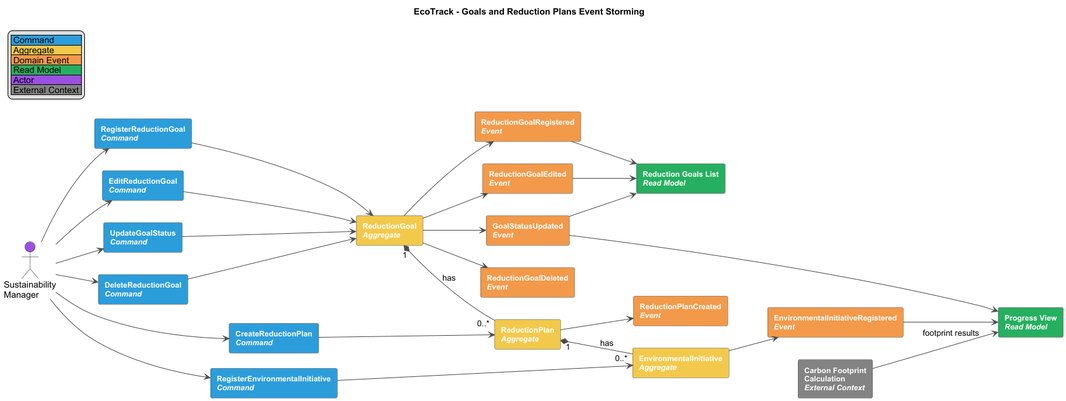
The PlantUML diagram docs/diagrams/event-storming/ecotrack-event-storming-goals-and-reduction-plans.png in Horizon-OpenSource/report, before a commit. Source of this version:
```plantuml
@startuml
title EcoTrack - Goals and Reduction Plans Event Storming
left to right direction
skinparam packageStyle rectangle
skinparam shadowing false
skinparam defaultFontName Arial
skinparam rectangle {
  BorderColor #4A4A4A
  FontColor #FFFFFF
  FontStyle bold
  FontSize 12
}
skinparam ArrowColor #4A4A4A

legend top left
  |<#2D9CDB> Command |
  |<#F2C94C> Aggregate |
  |<#F2994A> Domain Event |
  |<#27AE60> Read Model |
  |<#9B51E0> Actor |
  |<#828282> External Context |
endlegend

actor "Sustainability\nManager" as Manager #9B51E0
rectangle "Carbon Footprint\nCalculation\n<i>External Context</i>" as Footprint #828282

rectangle "RegisterReductionGoal\n<i>Command</i>" as CmdGoal #2D9CDB
rectangle "ReductionGoal\n<i>Aggregate</i>" as AggGoal #F2C94C
rectangle "ReductionGoalRegistered\n<i>Event</i>" as EvtGoal #F2994A

rectangle "EditReductionGoal\n<i>Command</i>" as CmdEdit #2D9CDB
rectangle "ReductionGoalEdited\n<i>Event</i>" as EvtEdit #F2994A

rectangle "UpdateGoalStatus\n<i>Command</i>" as CmdStatus #2D9CDB
rectangle "GoalStatusUpdated\n<i>Event</i>" as EvtStatus #F2994A

rectangle "DeleteReductionGoal\n<i>Command</i>" as CmdDelGoal #2D9CDB
rectangle "ReductionGoalDeleted\n<i>Event</i>" as EvtDelGoal #F2994A

rectangle "CreateReductionPlan\n<i>Command</i>" as CmdPlan #2D9CDB
rectangle "ReductionPlan\n<i>Aggregate</i>" as AggPlan #F2C94C
rectangle "ReductionPlanCreated\n<i>Event</i>" as EvtPlan #F2994A

rectangle "RegisterEnvironmentalInitiative\n<i>Command</i>" as CmdInit #2D9CDB
rectangle "EnvironmentalInitiative\n<i>Aggregate</i>" as AggInit #F2C94C
rectangle "EnvironmentalInitiativeRegistered\n<i>Event</i>" as EvtInit #F2994A

rectangle "Reduction Goals List\n<i>Read Model</i>" as RmGoals #27AE60
rectangle "Progress View\n<i>Read Model</i>" as RmProgress #27AE60

Manager --> CmdGoal
CmdGoal --> AggGoal
AggGoal --> EvtGoal

Manager --> CmdEdit
CmdEdit --> AggGoal
AggGoal --> EvtEdit

Manager --> CmdStatus
CmdStatus --> AggGoal
AggGoal --> EvtStatus

Manager --> CmdDelGoal
CmdDelGoal --> AggGoal
AggGoal --> EvtDelGoal

Manager --> CmdPlan
CmdPlan --> AggPlan
AggGoal "1" *-- "0..*" AggPlan : has
AggPlan --> EvtPlan

Manager --> CmdInit
CmdInit --> AggInit
AggPlan "1" *-- "0..*" AggInit : has
AggInit --> EvtInit

EvtGoal --> RmGoals
EvtEdit --> RmGoals
EvtStatus --> RmGoals

Footprint --> RmProgress : footprint results
EvtStatus --> RmProgress
EvtInit --> RmProgress

@enduml
```
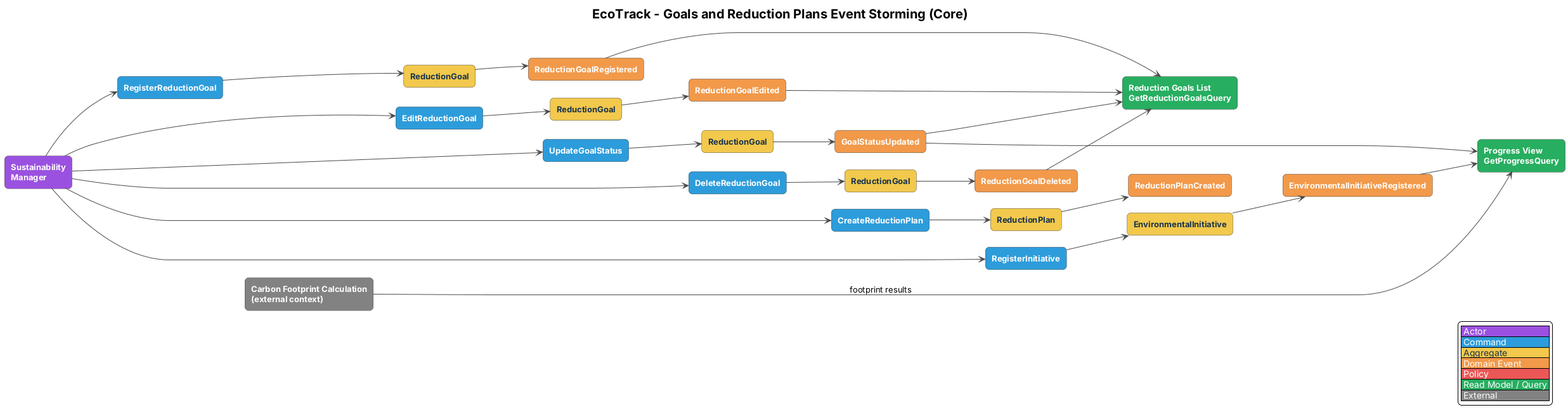
The same diagram one commit later.

Change to the diagram source:
```diff
@@ -1,85 +1,123 @@
 @startuml
-title EcoTrack - Goals and Reduction Plans Event Storming
 left to right direction
-skinparam packageStyle rectangle
 skinparam shadowing false
-skinparam defaultFontName Arial
-skinparam rectangle {
-  BorderColor #4A4A4A
-  FontColor #FFFFFF
-  FontStyle bold
-  FontSize 12
+skinparam defaultFontName Helvetica
+skinparam defaultFontSize 13
+skinparam backgroundColor white
+skinparam nodesep 25
+skinparam ranksep 70
+skinparam ArrowColor #4A4A4A
+skinparam RectangleBorderColor #555555
+skinparam RectangleFontStyle bold
+skinparam roundCorner 12
+skinparam rectangle<<ext>> {
+  BackgroundColor #828282
+  FontColor white
 }
-skinparam ArrowColor #4A4A4A
+skinparam rectangle<<rm>> {
+  BackgroundColor #27AE60
+  FontColor white
+}
+skinparam rectangle<<pol>> {
+  BackgroundColor #EB5757
+  FontColor white
+}
+skinparam rectangle<<evt>> {
+  BackgroundColor #F2994A
+  FontColor white
+}
+skinparam rectangle<<agg>> {
+  BackgroundColor #F2C94C
+  FontColor #17324D
+}
+skinparam rectangle<<cmd>> {
+  BackgroundColor #2D9CDB
+  FontColor white
+}
+skinparam rectangle<<actor>> {
+  BackgroundColor #9B51E0
+  FontColor white
+}
+skinparam titleFontSize 20
+hide stereotype
+title EcoTrack - Goals and Reduction Plans Event Storming (Core)
 
-legend top left
-  |<#2D9CDB> Command |
-  |<#F2C94C> Aggregate |
-  |<#F2994A> Domain Event |
-  |<#27AE60> Read Model |
-  |<#9B51E0> Actor |
-  |<#828282> External Context |
+rectangle "Sustainability\nManager" as a <<actor>>
+rectangle "Carbon Footprint Calculation\n(external context)" as x <<ext>>
+rectangle "RegisterReductionGoal" as c1 <<cmd>>
+rectangle "EditReductionGoal" as c2 <<cmd>>
+rectangle "UpdateGoalStatus" as c3 <<cmd>>
+rectangle "DeleteReductionGoal" as c4 <<cmd>>
+rectangle "CreateReductionPlan" as c5 <<cmd>>
+rectangle "RegisterInitiative" as c6 <<cmd>>
+rectangle "ReductionGoal" as g1 <<agg>>
+rectangle "ReductionGoal" as g2 <<agg>>
+rectangle "ReductionGoal" as g3 <<agg>>
+rectangle "ReductionGoal" as g4 <<agg>>
+rectangle "ReductionPlan" as g5 <<agg>>
+rectangle "EnvironmentalInitiative" as g6 <<agg>>
+rectangle "ReductionGoalRegistered" as e1 <<evt>>
+rectangle "ReductionGoalEdited" as e2 <<evt>>
+rectangle "GoalStatusUpdated" as e3 <<evt>>
+rectangle "ReductionGoalDeleted" as e4 <<evt>>
+rectangle "ReductionPlanCreated" as e5 <<evt>>
+rectangle "EnvironmentalInitiativeRegistered" as e6 <<evt>>
+rectangle "Reduction Goals List\nGetReductionGoalsQuery" as r1 <<rm>>
+rectangle "Progress View\nGetProgressQuery" as r2 <<rm>>
+
+a --> c1
+a --> c2
+a --> c3
+a --> c4
+a --> c5
+a --> c6
+c1 --> g1
+c2 --> g2
+c3 --> g3
+c4 --> g4
+c5 --> g5
+c6 --> g6
+g1 --> e1
+g2 --> e2
+g3 --> e3
+g4 --> e4
+g5 --> e5
+g6 --> e6
+e1 --> r1
+e2 --> r1
+e3 --> r1
+e4 --> r1
+e3 --> r2
+e6 --> r2
+x --> r2 : footprint results
+a -[hidden]down-> x
+c1 -[hidden]down-> c2
+c2 -[hidden]down-> c3
+c3 -[hidden]down-> c4
+c4 -[hidden]down-> c5
+c5 -[hidden]down-> c6
+g1 -[hidden]down-> g2
+g2 -[hidden]down-> g3
+g3 -[hidden]down-> g4
+g4 -[hidden]down-> g5
+g5 -[hidden]down-> g6
+e1 -[hidden]down-> e2
+e2 -[hidden]down-> e3
+e3 -[hidden]down-> e4
+e4 -[hidden]down-> e5
+e5 -[hidden]down-> e6
+r1 -[hidden]down-> r2
+a -[hidden]right-> c1
+c1 -[hidden]right-> g1
+g1 -[hidden]right-> e1
+e1 -[hidden]right-> r1
+legend right
+  |<#9B51E0><color:white> Actor </color>|
+  |<#2D9CDB><color:white> Command </color>|
+  |<#F2C94C><color:#17324D> Aggregate </color>|
+  |<#F2994A><color:white> Domain Event </color>|
+  |<#EB5757><color:white> Policy </color>|
+  |<#27AE60><color:white> Read Model / Query </color>|
+  |<#828282><color:white> External </color>|
 endlegend
-
-actor "Sustainability\nManager" as Manager #9B51E0
-rectangle "Carbon Footprint\nCalculation\n<i>External Context</i>" as Footprint #828282
-
-rectangle "RegisterReductionGoal\n<i>Command</i>" as CmdGoal #2D9CDB
-rectangle "ReductionGoal\n<i>Aggregate</i>" as AggGoal #F2C94C
-rectangle "ReductionGoalRegistered\n<i>Event</i>" as EvtGoal #F2994A
-
-rectangle "EditReductionGoal\n<i>Command</i>" as CmdEdit #2D9CDB
-rectangle "ReductionGoalEdited\n<i>Event</i>" as EvtEdit #F2994A
-
-rectangle "UpdateGoalStatus\n<i>Command</i>" as CmdStatus #2D9CDB
-rectangle "GoalStatusUpdated\n<i>Event</i>" as EvtStatus #F2994A
-
-rectangle "DeleteReductionGoal\n<i>Command</i>" as CmdDelGoal #2D9CDB
-rectangle "ReductionGoalDeleted\n<i>Event</i>" as EvtDelGoal #F2994A
-
-rectangle "CreateReductionPlan\n<i>Command</i>" as CmdPlan #2D9CDB
-rectangle "ReductionPlan\n<i>Aggregate</i>" as AggPlan #F2C94C
-rectangle "ReductionPlanCreated\n<i>Event</i>" as EvtPlan #F2994A
-
-rectangle "RegisterEnvironmentalInitiative\n<i>Command</i>" as CmdInit #2D9CDB
-rectangle "EnvironmentalInitiative\n<i>Aggregate</i>" as AggInit #F2C94C
-rectangle "EnvironmentalInitiativeRegistered\n<i>Event</i>" as EvtInit #F2994A
-
-rectangle "Reduction Goals List\n<i>Read Model</i>" as RmGoals #27AE60
-rectangle "Progress View\n<i>Read Model</i>" as RmProgress #27AE60
-
-Manager --> CmdGoal
-CmdGoal --> AggGoal
-AggGoal --> EvtGoal
-
-Manager --> CmdEdit
-CmdEdit --> AggGoal
-AggGoal --> EvtEdit
-
-Manager --> CmdStatus
-CmdStatus --> AggGoal
-AggGoal --> EvtStatus
-
-Manager --> CmdDelGoal
-CmdDelGoal --> AggGoal
-AggGoal --> EvtDelGoal
-
-Manager --> CmdPlan
-CmdPlan --> AggPlan
-AggGoal "1" *-- "0..*" AggPlan : has
-AggPlan --> EvtPlan
-
-Manager --> CmdInit
-CmdInit --> AggInit
-AggPlan "1" *-- "0..*" AggInit : has
-AggInit --> EvtInit
-
-EvtGoal --> RmGoals
-EvtEdit --> RmGoals
-EvtStatus --> RmGoals
-
-Footprint --> RmProgress : footprint results
-EvtStatus --> RmProgress
-EvtInit --> RmProgress
-
 @enduml
```
